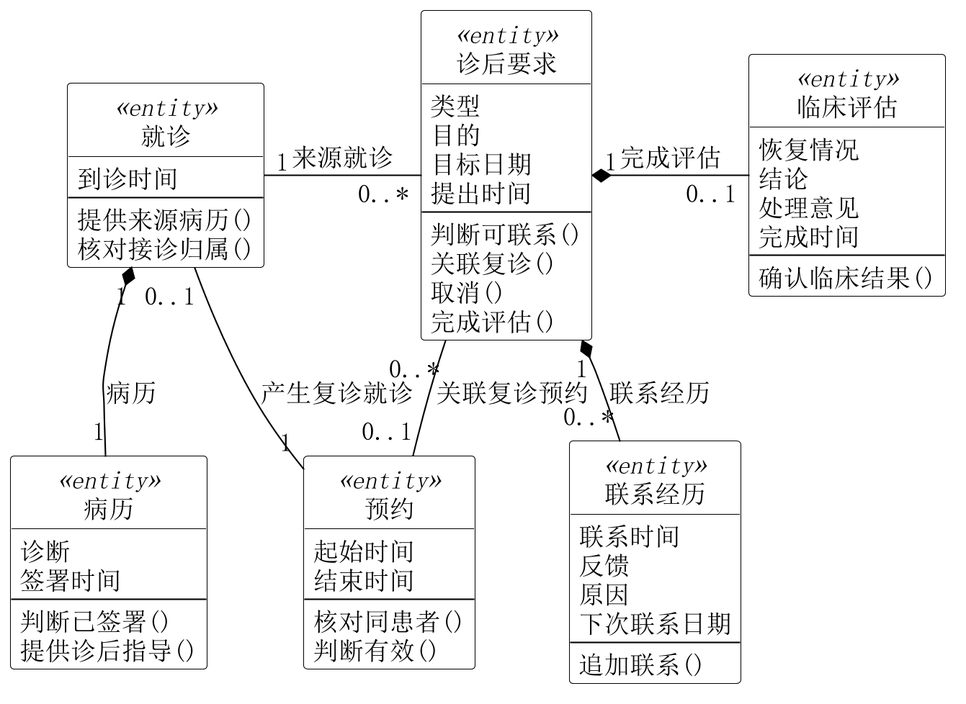
This is 01-需求文档/diagrams/12c-analysis-followup-entities.png from Shawmc-creator/systemAnalyseAndDesign, a PlantUML export, as it was before one commit.
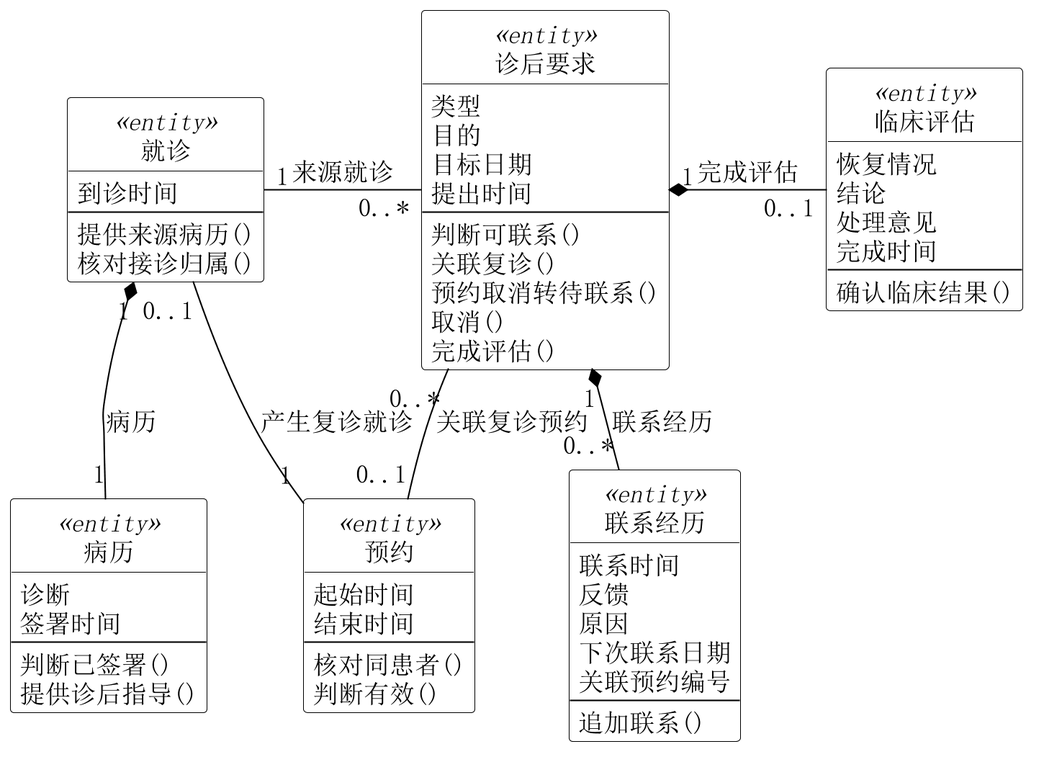
Later version of the same file.

The edit, as a diff of the source:
```diff
@@ -36,6 +36,7 @@
  --
  判断可联系()
  关联复诊()
+ 预约取消转待联系()
  取消()
  完成评估()
 }
@@ -44,6 +45,7 @@
  反馈
  原因
  下次联系日期
+ 关联预约编号
  --
  追加联系()
 }
```
